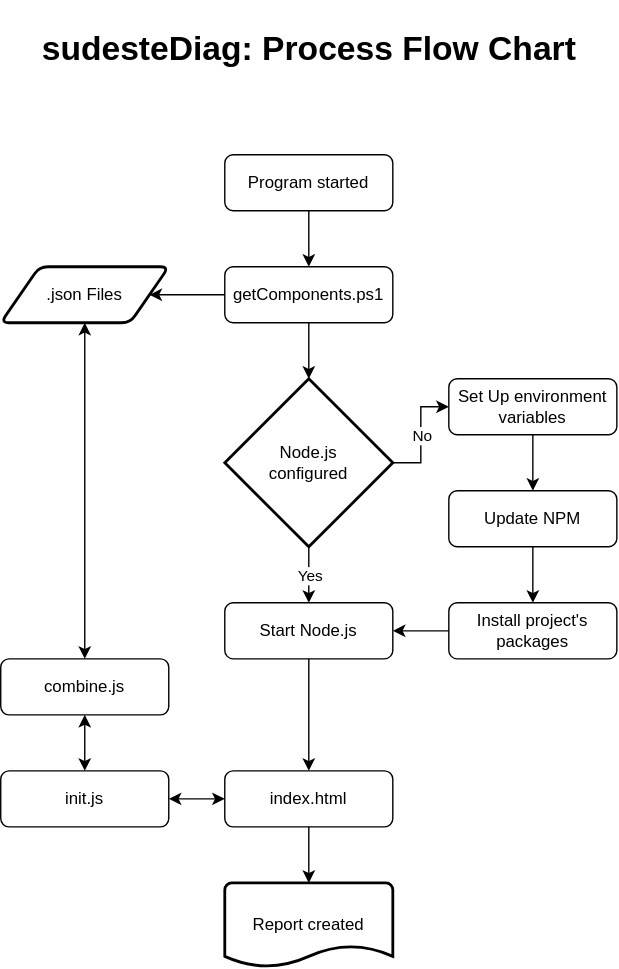
This is sudesteDiagFlow.svg from facu8990/sudesteDiag, a draw.io export, as it was before one commit. Source tidied: cells renumbered, new cells last; positions are measured from the earlier drawing's top-left corner, leaving out a move shared by most shapes.
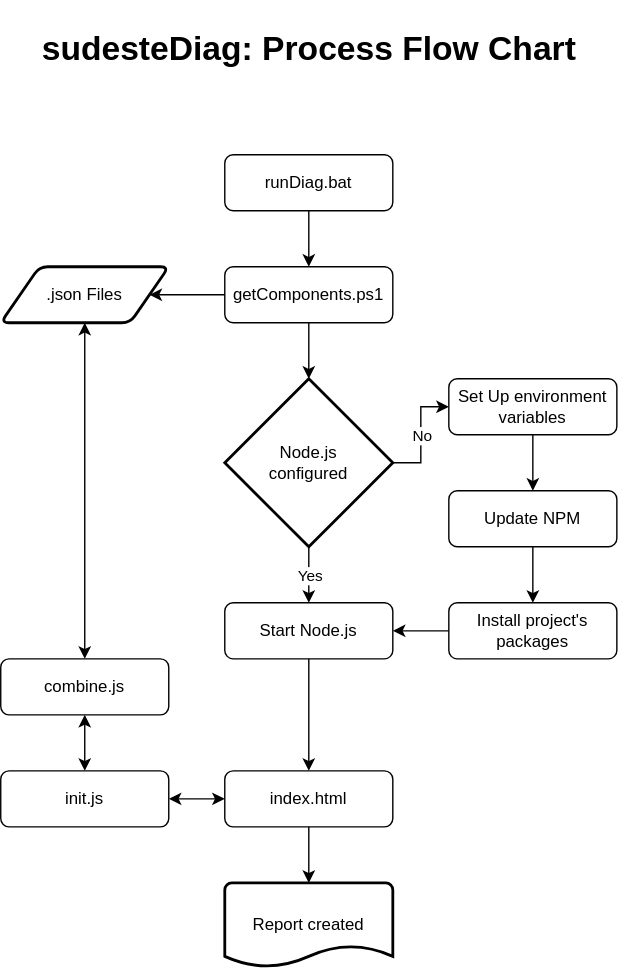
After the change.

Change to the diagram source:
```diff
@@ -5,7 +5,7 @@
     <mxCell id="2" value="combine.js" style="rounded=1;whiteSpace=wrap;html=1;fontSize=12;glass=0;strokeWidth=1;shadow=0;" parent="1" vertex="1">
       <mxGeometry y="470" width="120" height="40" as="geometry" />
     </mxCell>
-    <mxCell id="3" value="Program started" style="rounded=1;whiteSpace=wrap;html=1;fontSize=12;glass=0;strokeWidth=1;shadow=0;" parent="1" vertex="1">
+    <mxCell id="3" value="runDiag.bat" style="rounded=1;whiteSpace=wrap;html=1;fontSize=12;glass=0;strokeWidth=1;shadow=0;" parent="1" vertex="1">
       <mxGeometry x="160" y="110" width="120" height="40" as="geometry" />
     </mxCell>
     <mxCell id="4" value="Start Node.js" style="rounded=1;whiteSpace=wrap;html=1;fontSize=12;glass=0;strokeWidth=1;shadow=0;" parent="1" vertex="1">
```
